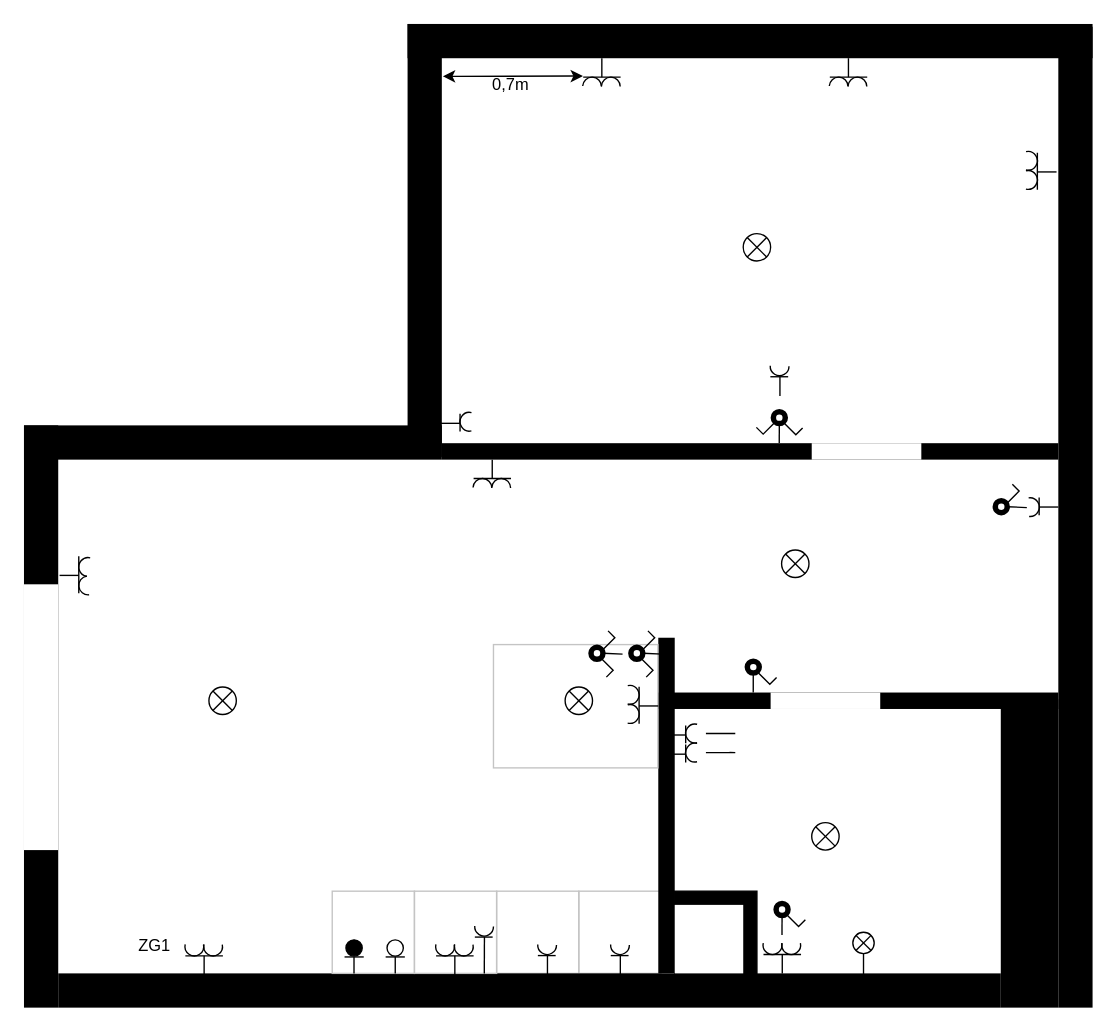
arkadiuszpasek/drawio keeps this draw.io diagram as Untitled Diagram.drawio. Above is the earlier version. Source tidied: cells renumbered, new cells numbered last; positions are measured from the earlier drawing's top-left corner, leaving out a move shared by most shapes. Both pictures are drawn from the tidied source at 137%, with x=0, y=0 at pixel (23, 23).
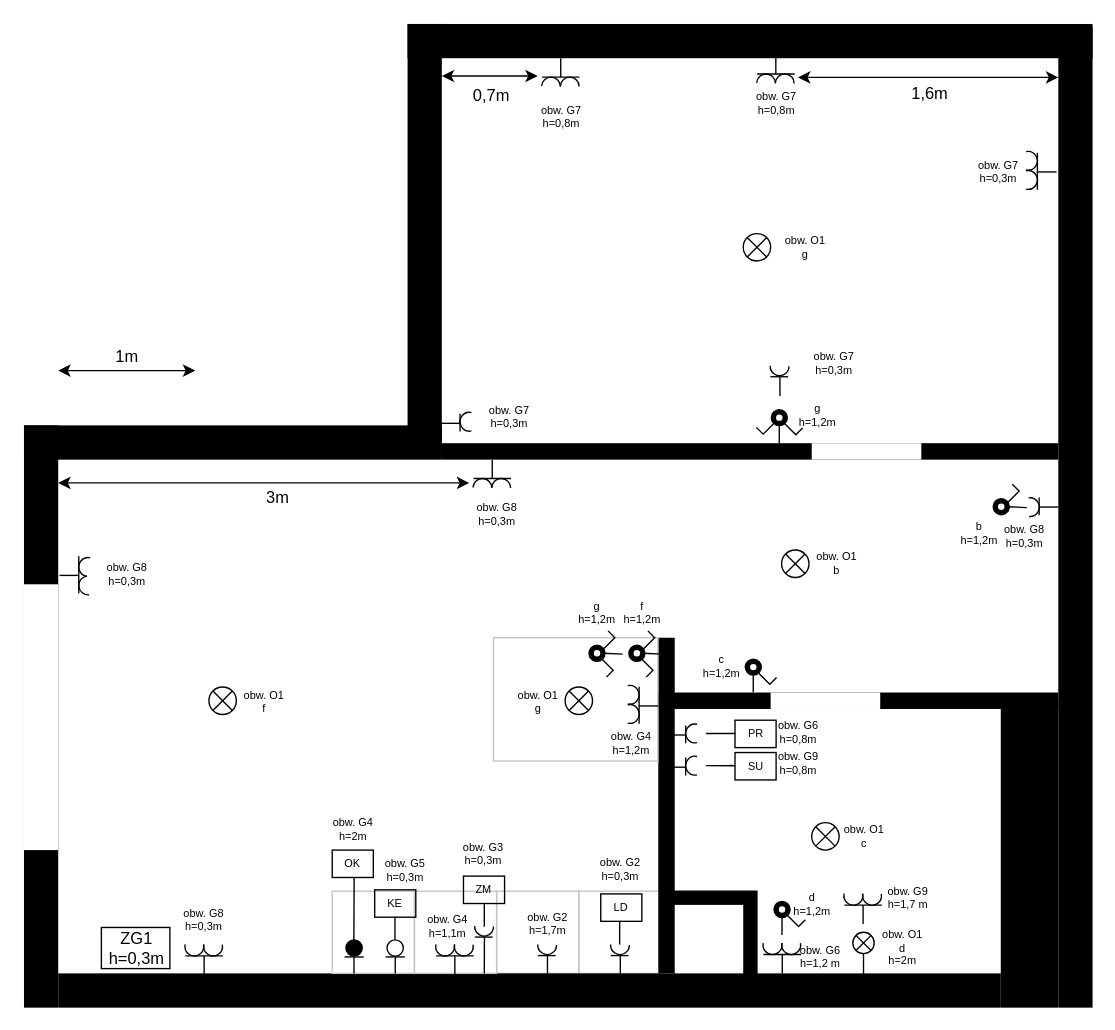
Above is the later version.

The change refers to these unchanged cells:
```xml
<mxCell id="19" style="rounded=0;whiteSpace=wrap;html=1;strokeColor=none;strokeWidth=1;fillColor=#000000;" parent="1" vertex="1">
  <mxGeometry x="280" width="25" height="316" as="geometry" />
</mxCell>
<mxCell id="35" style="verticalLabelPosition=bottom;verticalAlign=top;html=1;shape=mxgraph.basic.arc;startAngle=0.3;endAngle=0.8683723776933644;strokeColor=#000000;strokeWidth=1;fillColor=#000000;rotation=60;" parent="32" vertex="1">
  <mxGeometry x="8" y="8" width="13.7" height="13.7" as="geometry" />
</mxCell>
```

Change to the diagram source:
```diff
@@
     <mxCell id="12" style="rounded=0;whiteSpace=wrap;html=1;strokeColor=#C4C4C4;strokeWidth=1;fillColor=none;" parent="1" vertex="1">
-      <mxGeometry x="342.7" y="453" width="120" height="90" as="geometry" />
+      <mxGeometry x="342.7" y="448" width="120" height="90" as="geometry" />
     </mxCell>
@@
     <mxCell id="32" style="group;rotation=90;" parent="1" vertex="1">
-      <mxGeometry x="475" y="517" width="18.7" height="30.5" as="geometry" />
+      <mxGeometry x="475" y="526.5" width="18.7" height="30.5" as="geometry" />
     </mxCell>
@@
     <mxCell id="41" style="edgeStyle=orthogonalEdgeStyle;rounded=0;jettySize=auto;html=1;endArrow=none;endFill=0;strokeColor=#000000;strokeWidth=1;" parent="1" edge="1" source="35">
       <mxGeometry relative="1" as="geometry">
-        <mxPoint x="515" y="531.8" as="targetPoint" />
+        <mxPoint x="515" y="541.3" as="targetPoint" />
       </mxGeometry>
     </mxCell>
@@
     <mxCell id="119" style="group;" parent="1" vertex="1">
-      <mxGeometry x="405" y="25" width="33" height="30.3" as="geometry" />
+      <mxGeometry x="375" y="25" width="36.5" height="57.5" as="geometry" />
     </mxCell>
@@
+    <mxCell id="148" value="&lt;div style=&quot;font-size: 8px;&quot;&gt;obw. G7&lt;/div&gt;&lt;div style=&quot;font-size: 8px;&quot;&gt;h=0,8m&lt;/div&gt;" style="text;html=1;align=center;verticalAlign=middle;strokeColor=none;fillColor=none;fontSize=8;" parent="119" vertex="1">
+      <mxGeometry x="-3.5" y="27.5" width="40" height="30" as="geometry" />
+    </mxCell>
     <mxCell id="124" style="group;" parent="1" vertex="1">
-      <mxGeometry x="585" y="25" width="33" height="30.3" as="geometry" />
+      <mxGeometry x="532" y="22.7" width="33" height="30.3" as="geometry" />
     </mxCell>
@@
-    <mxCell id="129" style="endArrow=classic;startArrow=classic;html=1;rounded=0;strokeColor=#000000;strokeWidth=1;exitX=1.03;exitY=0.121;exitDx=0;exitDy=0;exitPerimeter=0;" parent="1" edge="1" source="19">
+    <mxCell id="129" style="endArrow=classic;startArrow=classic;html=1;rounded=0;strokeColor=#000000;strokeWidth=1;" parent="1" edge="1">
       <mxGeometry relative="1" as="geometry">
-        <mxPoint x="408" y="38" as="targetPoint" />
+        <mxPoint x="305" y="38" as="sourcePoint" />
+        <mxPoint x="375" y="38" as="targetPoint" />
       </mxGeometry>
     </mxCell>
     <mxCell id="130" value="0,7m" style="text;html=1;align=center;verticalAlign=middle;strokeColor=none;fillColor=none;" parent="1" vertex="1">
-      <mxGeometry x="335" y="35.3" width="40" height="20" as="geometry" />
+      <mxGeometry x="320.8" y="43" width="40" height="20" as="geometry" />
     </mxCell>
@@
-    <mxCell id="146" value="ZG1" style="text;html=1;align=center;verticalAlign=middle;strokeColor=none;fillColor=none;" parent="1" vertex="1">
-      <mxGeometry x="75" y="663" width="40" height="20" as="geometry" />
+    <mxCell id="146" value="&lt;div&gt;ZG1&lt;/div&gt;h=0,3m" style="text;html=1;align=center;verticalAlign=middle;strokeColor=default;fillColor=none;" parent="1" vertex="1">
+      <mxGeometry x="56.5" y="659.5" width="50" height="30" as="geometry" />
     </mxCell>
@@
+    <mxCell id="149" value="&lt;div style=&quot;font-size: 8px;&quot;&gt;obw. G8&lt;/div&gt;&lt;div style=&quot;font-size: 8px;&quot;&gt;h=0,3m&lt;/div&gt;" style="text;html=1;align=center;verticalAlign=middle;strokeColor=none;fillColor=none;fontSize=8;" parent="1" vertex="1">
+      <mxGeometry x="325" y="343" width="40" height="30" as="geometry" />
+    </mxCell>
+    <mxCell id="150" value="&lt;div style=&quot;font-size: 8px;&quot;&gt;obw. G8&lt;/div&gt;&lt;div style=&quot;font-size: 8px;&quot;&gt;h=0,3m&lt;/div&gt;" style="text;html=1;align=center;verticalAlign=middle;strokeColor=none;fillColor=none;fontSize=8;" parent="1" vertex="1">
+      <mxGeometry x="55" y="386.7" width="40" height="30" as="geometry" />
+    </mxCell>
+    <mxCell id="151" value="&lt;div style=&quot;font-size: 8px;&quot;&gt;obw. G8&lt;/div&gt;&lt;div style=&quot;font-size: 8px;&quot;&gt;h=0,3m&lt;/div&gt;" style="text;html=1;align=center;verticalAlign=middle;strokeColor=none;fillColor=none;fontSize=8;" parent="1" vertex="1">
+      <mxGeometry x="111.2" y="638.5" width="40" height="30" as="geometry" />
+    </mxCell>
+    <mxCell id="152" value="&lt;div style=&quot;font-size: 8px;&quot;&gt;obw. G7&lt;/div&gt;&lt;div style=&quot;font-size: 8px;&quot;&gt;h=0,3m&lt;/div&gt;" style="text;html=1;align=center;verticalAlign=middle;strokeColor=none;fillColor=none;fontSize=8;" parent="1" vertex="1">
+      <mxGeometry x="334" y="271.5" width="40" height="30" as="geometry" />
+    </mxCell>
+    <mxCell id="153" value="&lt;div style=&quot;font-size: 8px;&quot;&gt;obw. G7&lt;/div&gt;&lt;div style=&quot;font-size: 8px;&quot;&gt;h=0,8m&lt;/div&gt;" style="text;html=1;align=center;verticalAlign=middle;strokeColor=none;fillColor=none;fontSize=8;" parent="1" vertex="1">
+      <mxGeometry x="529.3" y="43" width="40" height="30" as="geometry" />
+    </mxCell>
+    <mxCell id="154" value="&lt;div style=&quot;font-size: 8px;&quot;&gt;obw. G7&lt;/div&gt;&lt;div style=&quot;font-size: 8px;&quot;&gt;h=0,3m&lt;/div&gt;" style="text;html=1;align=center;verticalAlign=middle;strokeColor=none;fillColor=none;fontSize=8;" parent="1" vertex="1">
+      <mxGeometry x="691" y="93.2" width="40" height="30" as="geometry" />
+    </mxCell>
+    <mxCell id="155" value="&lt;div style=&quot;font-size: 8px;&quot;&gt;obw. G7&lt;/div&gt;&lt;div style=&quot;font-size: 8px;&quot;&gt;h=0,3m&lt;/div&gt;" style="text;html=1;align=center;verticalAlign=middle;strokeColor=none;fillColor=none;fontSize=8;" parent="1" vertex="1">
+      <mxGeometry x="570.6" y="233" width="40" height="30" as="geometry" />
+    </mxCell>
+    <mxCell id="156" value="&lt;div&gt;1,6m&lt;/div&gt;&lt;div&gt;&lt;br&gt;&lt;/div&gt;" style="text;html=1;align=center;verticalAlign=middle;strokeColor=none;fillColor=none;" parent="1" vertex="1">
+      <mxGeometry x="641" y="43" width="40" height="30" as="geometry" />
+    </mxCell>
+    <mxCell id="157" style="endArrow=classic;startArrow=classic;html=1;rounded=0;strokeColor=#000000;strokeWidth=1;" parent="1" edge="1">
+      <mxGeometry relative="1" as="geometry">
+        <mxPoint x="565" y="39" as="sourcePoint" />
+        <mxPoint x="755" y="39" as="targetPoint" />
+      </mxGeometry>
+    </mxCell>
+    <mxCell id="158" value="&lt;div style=&quot;font-size: 8px;&quot;&gt;obw. O1&lt;/div&gt;&lt;div style=&quot;font-size: 8px;&quot;&gt;g&lt;br style=&quot;font-size: 8px;&quot;&gt;&lt;/div&gt;" style="text;html=1;align=center;verticalAlign=middle;strokeColor=none;fillColor=none;fontSize=8;fontColor=#000000;" parent="1" vertex="1">
+      <mxGeometry x="549.6" y="148" width="40" height="30" as="geometry" />
+    </mxCell>
+    <mxCell id="159" value="&lt;div&gt;g&lt;/div&gt;h=1,2m" style="text;html=1;align=center;verticalAlign=middle;strokeColor=none;fillColor=none;fontSize=8;fontColor=#000000;" parent="1" vertex="1">
+      <mxGeometry x="559.3" y="270.5" width="40" height="30" as="geometry" />
+    </mxCell>
+    <mxCell id="160" value="PR" style="text;html=1;align=center;verticalAlign=middle;strokeColor=default;fillColor=none;fontSize=8;fontColor=#000000;" parent="1" vertex="1">
+      <mxGeometry x="519" y="508.2" width="30" height="20" as="geometry" />
+    </mxCell>
+    <mxCell id="161" value="SU" style="text;html=1;align=center;verticalAlign=middle;strokeColor=default;fillColor=none;fontSize=8;fontColor=#000000;" parent="1" vertex="1">
+      <mxGeometry x="519" y="531.8" width="30" height="20" as="geometry" />
+    </mxCell>
+    <mxCell id="162" value="&lt;div style=&quot;font-size: 8px;&quot;&gt;&lt;font style=&quot;font-size: 8px;&quot;&gt;obw. G6&lt;/font&gt;&lt;/div&gt;&lt;div style=&quot;font-size: 8px;&quot;&gt;&lt;font style=&quot;font-size: 8px;&quot;&gt;h=0,8m&lt;/font&gt;&lt;/div&gt;" style="text;html=1;align=center;verticalAlign=middle;strokeColor=none;fillColor=none;fontSize=8;" parent="1" vertex="1">
+      <mxGeometry x="545" y="502" width="40" height="30" as="geometry" />
+    </mxCell>
+    <mxCell id="163" value="&lt;div style=&quot;font-size: 8px;&quot;&gt;obw. G9&lt;/div&gt;&lt;div style=&quot;font-size: 8px;&quot;&gt;h=0,8m&lt;/div&gt;" style="text;html=1;align=center;verticalAlign=middle;strokeColor=none;fillColor=none;fontSize=8;" parent="1" vertex="1">
+      <mxGeometry x="545" y="525" width="40" height="30" as="geometry" />
+    </mxCell>
+    <mxCell id="164" style="endArrow=none;html=1;rounded=0;fontSize=12;fontColor=#000000;strokeColor=#000000;strokeWidth=1;" parent="1" edge="1">
+      <mxGeometry relative="1" as="geometry">
+        <mxPoint x="434.8" y="672" as="sourcePoint" />
+        <mxPoint x="434.8" y="655" as="targetPoint" />
+      </mxGeometry>
+    </mxCell>
+    <mxCell id="165" style="endArrow=none;html=1;rounded=0;fontSize=12;fontColor=#000000;strokeColor=#000000;strokeWidth=1;" parent="1" edge="1">
+      <mxGeometry relative="1" as="geometry">
+        <mxPoint x="336" y="659" as="sourcePoint" />
+        <mxPoint x="336" y="642" as="targetPoint" />
+      </mxGeometry>
+    </mxCell>
+    <mxCell id="166" style="endArrow=none;html=1;rounded=0;fontSize=12;fontColor=#000000;strokeColor=#000000;strokeWidth=1;" parent="1" edge="1">
+      <mxGeometry relative="1" as="geometry">
+        <mxPoint x="270.8" y="668.5" as="sourcePoint" />
+        <mxPoint x="270.8" y="651.5" as="targetPoint" />
+      </mxGeometry>
+    </mxCell>
+    <mxCell id="167" style="endArrow=none;html=1;rounded=0;fontSize=12;fontColor=#000000;strokeColor=#000000;strokeWidth=1;" parent="1" edge="1">
+      <mxGeometry relative="1" as="geometry">
+        <mxPoint x="240.8" y="669" as="sourcePoint" />
+        <mxPoint x="241" y="623" as="targetPoint" />
+      </mxGeometry>
+    </mxCell>
+    <mxCell id="168" value="OK" style="text;align=center;verticalAlign=middle;strokeColor=default;fillColor=none;fontSize=8;fontColor=#000000;" parent="1" vertex="1">
+      <mxGeometry x="225" y="603" width="30" height="20" as="geometry" />
+    </mxCell>
+    <mxCell id="169" value="KE" style="text;align=center;verticalAlign=middle;strokeColor=default;fillColor=none;fontSize=8;fontColor=#000000;" parent="1" vertex="1">
+      <mxGeometry x="256" y="632" width="30" height="20" as="geometry" />
+    </mxCell>
+    <mxCell id="170" value="ZM" style="text;align=center;verticalAlign=middle;strokeColor=default;fillColor=none;fontSize=8;fontColor=#000000;" parent="1" vertex="1">
+      <mxGeometry x="320.8" y="622" width="30" height="20" as="geometry" />
+    </mxCell>
+    <mxCell id="171" value="LD" style="text;align=center;verticalAlign=middle;strokeColor=default;fillColor=none;fontSize=8;fontColor=#000000;" parent="1" vertex="1">
+      <mxGeometry x="421" y="635" width="30" height="20" as="geometry" />
+    </mxCell>
+    <mxCell id="172" value="&lt;div style=&quot;font-size: 8px&quot;&gt;obw. G2&lt;/div&gt;&lt;div style=&quot;font-size: 8px&quot;&gt;h=1,7m&lt;/div&gt;" style="text;html=1;align=center;verticalAlign=middle;strokeColor=none;fillColor=none;fontSize=8;" parent="1" vertex="1">
+      <mxGeometry x="361.8" y="642" width="40" height="30" as="geometry" />
+    </mxCell>
+    <mxCell id="173" value="&lt;div style=&quot;font-size: 8px&quot;&gt;obw. G2&lt;/div&gt;&lt;div style=&quot;font-size: 8px&quot;&gt;h=0,3m&lt;/div&gt;" style="text;html=1;align=center;verticalAlign=middle;strokeColor=none;fillColor=none;fontSize=8;" parent="1" vertex="1">
+      <mxGeometry x="415" y="602" width="40" height="30" as="geometry" />
+    </mxCell>
+    <mxCell id="174" value="&lt;div style=&quot;font-size: 8px&quot;&gt;obw. G3&lt;/div&gt;&lt;div style=&quot;font-size: 8px&quot;&gt;h=0,3m&lt;/div&gt;" style="text;html=1;align=center;verticalAlign=middle;strokeColor=none;fillColor=none;fontSize=8;" parent="1" vertex="1">
+      <mxGeometry x="315" y="590.5" width="40" height="30" as="geometry" />
+    </mxCell>
+    <mxCell id="175" value="&lt;div style=&quot;font-size: 8px&quot;&gt;obw. G4&lt;/div&gt;&lt;div style=&quot;font-size: 8px&quot;&gt;h=1,1m&lt;/div&gt;" style="text;html=1;align=center;verticalAlign=middle;strokeColor=none;fillColor=none;fontSize=8;" parent="1" vertex="1">
+      <mxGeometry x="289" y="643.8" width="40" height="30" as="geometry" />
+    </mxCell>
+    <mxCell id="176" value="&lt;div style=&quot;font-size: 8px&quot;&gt;obw. G5&lt;/div&gt;&lt;div style=&quot;font-size: 8px&quot;&gt;h=0,3m&lt;/div&gt;" style="text;html=1;align=center;verticalAlign=middle;strokeColor=none;fillColor=none;fontSize=8;" parent="1" vertex="1">
+      <mxGeometry x="258" y="603" width="40" height="30" as="geometry" />
+    </mxCell>
+    <mxCell id="177" value="&lt;div style=&quot;font-size: 8px&quot;&gt;obw. G4&lt;/div&gt;&lt;div style=&quot;font-size: 8px&quot;&gt;h=2m&lt;/div&gt;" style="text;html=1;align=center;verticalAlign=middle;strokeColor=none;fillColor=none;fontSize=8;" parent="1" vertex="1">
+      <mxGeometry x="220" y="573" width="40" height="30" as="geometry" />
+    </mxCell>
+    <mxCell id="178" value="&lt;div style=&quot;font-size: 8px&quot;&gt;obw. O1&lt;/div&gt;&lt;div style=&quot;font-size: 8px&quot;&gt;f&lt;br style=&quot;font-size: 8px&quot;&gt;&lt;/div&gt;" style="text;html=1;align=center;verticalAlign=middle;strokeColor=none;fillColor=none;fontSize=8;fontColor=#000000;" parent="1" vertex="1">
+      <mxGeometry x="155" y="480.3" width="40" height="30" as="geometry" />
+    </mxCell>
+    <mxCell id="179" value="&lt;div style=&quot;font-size: 8px&quot;&gt;obw. O1&lt;/div&gt;&lt;div style=&quot;font-size: 8px&quot;&gt;g&lt;br style=&quot;font-size: 8px&quot;&gt;&lt;/div&gt;" style="text;html=1;align=center;verticalAlign=middle;strokeColor=none;fillColor=none;fontSize=8;fontColor=#000000;" parent="1" vertex="1">
+      <mxGeometry x="355" y="480.3" width="40" height="30" as="geometry" />
+    </mxCell>
+    <mxCell id="180" style="endArrow=classic;startArrow=classic;html=1;rounded=0;strokeColor=#000000;strokeWidth=1;" parent="1" edge="1">
+      <mxGeometry relative="1" as="geometry">
+        <mxPoint x="25" y="335" as="sourcePoint" />
+        <mxPoint x="325" y="335" as="targetPoint" />
+      </mxGeometry>
+    </mxCell>
+    <mxCell id="181" value="&lt;div&gt;3m&lt;/div&gt;&lt;div&gt;&lt;br&gt;&lt;/div&gt;" style="text;html=1;align=center;verticalAlign=middle;strokeColor=none;fillColor=none;" parent="1" vertex="1">
+      <mxGeometry x="170" y="337.6" width="30" height="30" as="geometry" />
+    </mxCell>
+    <mxCell id="182" value="&lt;div&gt;g&lt;/div&gt;&lt;div&gt;h=1,2m&lt;br&gt;&lt;/div&gt;" style="text;html=1;align=center;verticalAlign=middle;strokeColor=none;fillColor=none;fontSize=8;fontColor=#000000;" parent="1" vertex="1">
+      <mxGeometry x="398" y="414.5" width="40" height="30" as="geometry" />
+    </mxCell>
+    <mxCell id="183" value="&lt;div&gt;f&lt;/div&gt;&lt;div&gt;h=1,2m&lt;br&gt;&lt;/div&gt;" style="text;html=1;align=center;verticalAlign=middle;strokeColor=none;fillColor=none;fontSize=8;fontColor=#000000;" parent="1" vertex="1">
+      <mxGeometry x="430.9" y="414.5" width="40" height="30" as="geometry" />
+    </mxCell>
+    <mxCell id="184" value="&lt;div style=&quot;font-size: 8px&quot;&gt;obw. G4&lt;/div&gt;&lt;div style=&quot;font-size: 8px&quot;&gt;h=1,2m&lt;/div&gt;" style="text;html=1;align=center;verticalAlign=middle;strokeColor=none;fillColor=none;fontSize=8;" parent="1" vertex="1">
+      <mxGeometry x="423" y="510.3" width="40" height="30" as="geometry" />
+    </mxCell>
+    <mxCell id="185" value="&lt;div style=&quot;font-size: 8px&quot;&gt;obw. O1&lt;/div&gt;&lt;div style=&quot;font-size: 8px&quot;&gt;c&lt;br style=&quot;font-size: 8px&quot;&gt;&lt;/div&gt;" style="text;html=1;align=center;verticalAlign=middle;strokeColor=none;fillColor=none;fontSize=8;fontColor=#000000;" parent="1" vertex="1">
+      <mxGeometry x="592.8" y="578" width="40" height="30" as="geometry" />
+    </mxCell>
+    <mxCell id="186" value="&lt;div style=&quot;font-size: 8px&quot;&gt;obw. O1&lt;/div&gt;&lt;div style=&quot;font-size: 8px&quot;&gt;b&lt;br style=&quot;font-size: 8px&quot;&gt;&lt;/div&gt;" style="text;html=1;align=center;verticalAlign=middle;strokeColor=none;fillColor=none;fontSize=8;fontColor=#000000;" parent="1" vertex="1">
+      <mxGeometry x="573" y="379" width="40" height="30" as="geometry" />
+    </mxCell>
+    <mxCell id="187" value="&lt;div style=&quot;font-size: 8px&quot;&gt;obw. O1&lt;/div&gt;&lt;div style=&quot;font-size: 8px&quot;&gt;d&lt;br style=&quot;font-size: 8px&quot;&gt;&lt;/div&gt;&lt;div&gt;h=2m&lt;br&gt;&lt;/div&gt;" style="text;html=1;align=center;verticalAlign=middle;strokeColor=none;fillColor=none;fontSize=8;fontColor=#000000;" parent="1" vertex="1">
+      <mxGeometry x="620.6" y="654.5" width="40" height="40" as="geometry" />
+    </mxCell>
+    <mxCell id="188" value="&lt;div&gt;c&lt;/div&gt;&lt;div&gt;h=1,2m&lt;br&gt;&lt;/div&gt;" style="text;html=1;align=center;verticalAlign=middle;strokeColor=none;fillColor=none;fontSize=8;fontColor=#000000;" parent="1" vertex="1">
+      <mxGeometry x="489.3" y="454" width="40" height="30" as="geometry" />
+    </mxCell>
+    <mxCell id="189" value="&lt;div&gt;b&lt;/div&gt;&lt;div&gt;h=1,2m&lt;br&gt;&lt;/div&gt;" style="text;html=1;align=center;verticalAlign=middle;strokeColor=none;fillColor=none;fontSize=8;fontColor=#000000;" parent="1" vertex="1">
+      <mxGeometry x="677" y="357.2" width="40" height="30" as="geometry" />
+    </mxCell>
+    <mxCell id="190" value="&lt;div&gt;d&lt;/div&gt;&lt;div&gt;h=1,2m&lt;br&gt;&lt;/div&gt;" style="text;html=1;align=center;verticalAlign=middle;strokeColor=none;fillColor=none;fontSize=8;fontColor=#000000;" parent="1" vertex="1">
+      <mxGeometry x="555" y="628" width="40" height="30" as="geometry" />
+    </mxCell>
+    <mxCell id="191" value="&lt;div style=&quot;font-size: 8px&quot;&gt;&lt;font style=&quot;font-size: 8px&quot;&gt;obw. G6&lt;/font&gt;&lt;/div&gt;&lt;div style=&quot;font-size: 8px&quot;&gt;&lt;font style=&quot;font-size: 8px&quot;&gt;h=1,2 m&lt;/font&gt;&lt;/div&gt;" style="text;html=1;align=center;verticalAlign=middle;strokeColor=none;fillColor=none;fontSize=8;" parent="1" vertex="1">
+      <mxGeometry x="561" y="666" width="40" height="30" as="geometry" />
+    </mxCell>
+    <mxCell id="192" style="endArrow=classic;startArrow=classic;html=1;rounded=0;fontSize=8;fontColor=#000000;strokeColor=#000000;strokeWidth=1;" parent="1" edge="1">
+      <mxGeometry relative="1" as="geometry">
+        <mxPoint x="25" y="253" as="sourcePoint" />
+        <mxPoint x="125" y="253" as="targetPoint" />
+      </mxGeometry>
+    </mxCell>
+    <mxCell id="193" value="1m" style="text;html=1;align=center;verticalAlign=middle;strokeColor=none;fillColor=none;fontSize=12;fontColor=#000000;" parent="1" vertex="1">
+      <mxGeometry x="60" y="233" width="30" height="20" as="geometry" />
+    </mxCell>
+    <mxCell id="194" value="&lt;div style=&quot;font-size: 8px;&quot;&gt;obw. G8&lt;/div&gt;&lt;div style=&quot;font-size: 8px;&quot;&gt;h=0,3m&lt;/div&gt;" style="text;html=1;align=center;verticalAlign=middle;strokeColor=none;fillColor=none;fontSize=8;" parent="1" vertex="1">
+      <mxGeometry x="710" y="359" width="40" height="30" as="geometry" />
+    </mxCell>
+    <mxCell id="195" value="&lt;div style=&quot;font-size: 8px&quot;&gt;&lt;font style=&quot;font-size: 8px&quot;&gt;obw. G9&lt;/font&gt;&lt;/div&gt;&lt;div style=&quot;font-size: 8px&quot;&gt;&lt;font style=&quot;font-size: 8px&quot;&gt;h=1,7 m&lt;/font&gt;&lt;/div&gt;" style="text;html=1;align=center;verticalAlign=middle;strokeColor=none;fillColor=none;fontSize=8;" parent="1" vertex="1">
+      <mxGeometry x="625" y="623" width="40" height="30" as="geometry" />
+    </mxCell>
+    <mxCell id="196" style="group;" parent="1" vertex="1">
+      <mxGeometry x="596" y="627" width="32.3" height="30" as="geometry" />
+    </mxCell>
+    <mxCell id="197" style="endArrow=none;html=1;rounded=0;strokeColor=#000000;strokeWidth=1;" parent="196" edge="1">
+      <mxGeometry relative="1" as="geometry">
+        <mxPoint x="16.5" y="30" as="sourcePoint" />
+        <mxPoint x="16.5" y="16.2" as="targetPoint" />
+      </mxGeometry>
+    </mxCell>
+    <mxCell id="198" style="endArrow=none;html=1;rounded=0;strokeColor=#000000;strokeWidth=1;" parent="196" edge="1">
+      <mxGeometry relative="1" as="geometry">
+        <mxPoint x="2.8" y="16.2" as="sourcePoint" />
+        <mxPoint x="30.2" y="16.2" as="targetPoint" />
+      </mxGeometry>
+    </mxCell>
+    <mxCell id="199" style="verticalLabelPosition=bottom;verticalAlign=top;html=1;shape=mxgraph.basic.arc;startAngle=0.3;endAngle=0.8683723776933644;strokeColor=#000000;strokeWidth=1;fillColor=#000000;rotation=-30;" parent="196" vertex="1">
+      <mxGeometry x="16.2" y="2.5" width="13.7" height="13.7" as="geometry" />
+    </mxCell>
+    <mxCell id="200" style="verticalLabelPosition=bottom;verticalAlign=top;html=1;shape=mxgraph.basic.arc;startAngle=0.3;endAngle=0.8683723776933644;strokeColor=#000000;strokeWidth=1;fillColor=#000000;rotation=-30;" parent="196" vertex="1">
+      <mxGeometry x="2.5" y="2.5" width="13.7" height="13.7" as="geometry" />
+    </mxCell>
```
